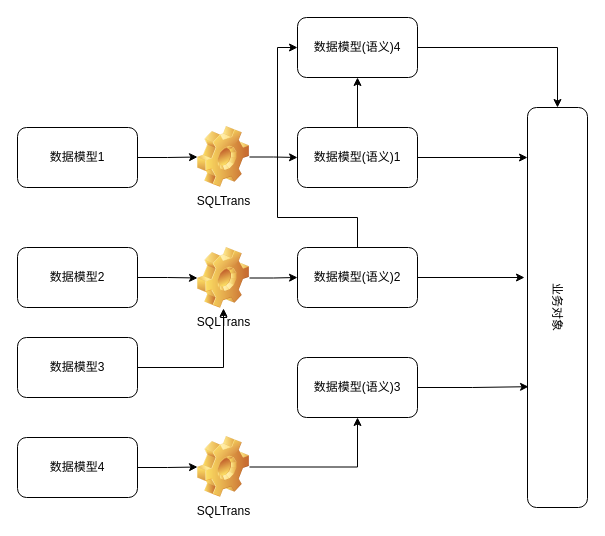
Before: others/未命名绘图.drawio in lupingqiu/doc, a draw.io diagram. Source tidied: cells renumbered, new cells numbered last; positions are measured from the earlier drawing's top-left corner, leaving out a move shared by most shapes. Both pictures are drawn from the tidied source at 100%, with x=0, y=0 at pixel (17, 17).
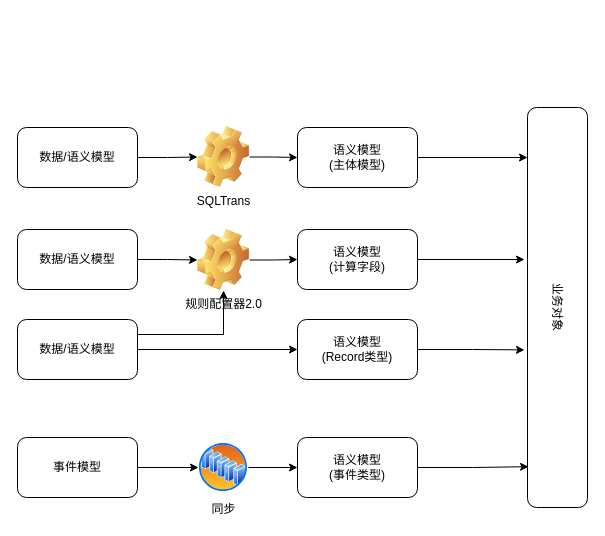
After the change.

Unchanged cells that the change refers to:
```xml
<mxCell id="20" value="业务对象" style="rounded=1;whiteSpace=wrap;html=1;rotation=90;" parent="1" vertex="1">
  <mxGeometry x="340" y="260" width="400" height="60" as="geometry" />
</mxCell>
```

The edit, as a diff of the source:
```diff
@@
-    <mxCell id="3" value="数据模型2" style="rounded=1;whiteSpace=wrap;html=1;" parent="1" vertex="1">
-      <mxGeometry y="230" width="120" height="60" as="geometry" />
+    <mxCell id="3" value="数据/语义模型" style="rounded=1;whiteSpace=wrap;html=1;" parent="1" vertex="1">
+      <mxGeometry y="212" width="120" height="60" as="geometry" />
     </mxCell>
-    <mxCell id="4" style="edgeStyle=orthogonalEdgeStyle;rounded=0;jettySize=auto;html=1;" parent="1" edge="1" source="5" target="9">
+    <mxCell id="4" style="edgeStyle=orthogonalEdgeStyle;rounded=0;jettySize=auto;html=1;exitX=1;exitY=0.25;exitDx=0;exitDy=0;" parent="1" edge="1" source="5" target="9">
       <mxGeometry relative="1" as="geometry" />
     </mxCell>
+    <mxCell id="27" style="edgeStyle=orthogonalEdgeStyle;rounded=0;orthogonalLoop=1;jettySize=auto;html=1;exitX=1;exitY=0.75;exitDx=0;exitDy=0;entryX=0;entryY=0.75;entryDx=0;entryDy=0;" parent="1" edge="1">
+      <mxGeometry relative="1" as="geometry">
+        <mxPoint x="120" y="332" as="sourcePoint" />
+        <mxPoint x="280" y="332" as="targetPoint" />
+      </mxGeometry>
+    </mxCell>
-    <mxCell id="5" value="数据模型3" style="rounded=1;whiteSpace=wrap;html=1;" parent="1" vertex="1">
-      <mxGeometry y="320" width="120" height="60" as="geometry" />
+    <mxCell id="5" value="数据/语义模型" style="rounded=1;whiteSpace=wrap;html=1;" parent="1" vertex="1">
+      <mxGeometry y="302" width="120" height="60" as="geometry" />
     </mxCell>
@@
-    <mxCell id="7" value="数据模型1" style="rounded=1;whiteSpace=wrap;html=1;" parent="1" vertex="1">
+    <mxCell id="7" value="数据/语义模型" style="rounded=1;whiteSpace=wrap;html=1;" parent="1" vertex="1">
       <mxGeometry y="110" width="120" height="60" as="geometry" />
     </mxCell>
@@
-    <mxCell id="9" value="SQLTrans" style="shape=image;html=1;verticalLabelPosition=bottom;verticalAlign=top;imageAspect=1;image=img/clipart/Gear_128x128.png;" parent="1" vertex="1">
-      <mxGeometry x="180" y="230" width="52" height="61" as="geometry" />
+    <mxCell id="9" value="规则配置器2.0" style="shape=image;html=1;verticalLabelPosition=bottom;verticalAlign=top;imageAspect=1;image=img/clipart/Gear_128x128.png;" parent="1" vertex="1">
+      <mxGeometry x="180" y="212" width="52" height="61" as="geometry" />
     </mxCell>
-    <mxCell id="10" style="edgeStyle=orthogonalEdgeStyle;rounded=0;jettySize=auto;html=1;exitX=1;exitY=0.5;exitDx=0;exitDy=0;entryX=0.425;entryY=1.05;entryDx=0;entryDy=0;entryPerimeter=0;" parent="1" edge="1" source="12" target="20">
-      <mxGeometry relative="1" as="geometry" />
+    <mxCell id="10" style="edgeStyle=orthogonalEdgeStyle;rounded=0;jettySize=auto;html=1;exitX=1;exitY=0.5;exitDx=0;exitDy=0;entryX=0.425;entryY=1.05;entryDx=0;entryDy=0;entryPerimeter=0;" parent="1" edge="1" source="12">
+      <mxGeometry relative="1" as="geometry">
+        <mxPoint x="507" y="242" as="targetPoint" />
+      </mxGeometry>
     </mxCell>
-    <mxCell id="11" style="edgeStyle=orthogonalEdgeStyle;rounded=0;jettySize=auto;html=1;exitX=0.5;exitY=0;exitDx=0;exitDy=0;entryX=0;entryY=0.5;entryDx=0;entryDy=0;" parent="1" edge="1" source="12" target="26">
-      <mxGeometry relative="1" as="geometry">
-        <Array as="points">
-          <mxPoint x="340" y="200" />
-          <mxPoint x="260" y="200" />
-          <mxPoint x="260" y="30" />
-        </Array>
-      </mxGeometry>
-    </mxCell>
-    <mxCell id="12" value="数据模型(语义)2" style="rounded=1;whiteSpace=wrap;html=1;" parent="1" vertex="1">
-      <mxGeometry x="280" y="230" width="120" height="60" as="geometry" />
+    <mxCell id="12" value="语义模型&lt;br&gt;(计算字段)" style="rounded=1;whiteSpace=wrap;html=1;" parent="1" vertex="1">
+      <mxGeometry x="280" y="212" width="120" height="60" as="geometry" />
     </mxCell>
@@
-    <mxCell id="14" style="edgeStyle=orthogonalEdgeStyle;rounded=0;jettySize=auto;html=1;exitX=0.5;exitY=0;exitDx=0;exitDy=0;entryX=0.5;entryY=1;entryDx=0;entryDy=0;" parent="1" edge="1" source="15" target="26">
-      <mxGeometry relative="1" as="geometry" />
-    </mxCell>
-    <mxCell id="15" value="数据模型(语义)1" style="rounded=1;whiteSpace=wrap;html=1;" parent="1" vertex="1">
+    <mxCell id="15" value="语义模型&lt;br&gt;(主体模型)" style="rounded=1;whiteSpace=wrap;html=1;" parent="1" vertex="1">
       <mxGeometry x="280" y="110" width="120" height="60" as="geometry" />
     </mxCell>
@@
-    <mxCell id="18" style="edgeStyle=orthogonalEdgeStyle;rounded=0;jettySize=auto;html=1;exitX=1;exitY=0.5;exitDx=0;exitDy=0;entryX=0.698;entryY=0.983;entryDx=0;entryDy=0;entryPerimeter=0;" parent="1" edge="1" source="19" target="20">
+    <mxCell id="18" style="edgeStyle=orthogonalEdgeStyle;rounded=0;jettySize=auto;html=1;exitX=1;exitY=0.5;exitDx=0;exitDy=0;entryX=0.898;entryY=0.983;entryDx=0;entryDy=0;entryPerimeter=0;" parent="1" edge="1" source="19" target="20">
       <mxGeometry relative="1" as="geometry" />
     </mxCell>
-    <mxCell id="19" value="数据模型(语义)3" style="rounded=1;whiteSpace=wrap;html=1;" parent="1" vertex="1">
-      <mxGeometry x="280" y="340" width="120" height="60" as="geometry" />
+    <mxCell id="19" value="语义模型&lt;br&gt;(事件类型)" style="rounded=1;whiteSpace=wrap;html=1;" parent="1" vertex="1">
+      <mxGeometry x="280" y="420" width="120" height="60" as="geometry" />
     </mxCell>
@@
-    <mxCell id="21" style="edgeStyle=orthogonalEdgeStyle;rounded=0;jettySize=auto;html=1;exitX=1;exitY=0.5;exitDx=0;exitDy=0;entryX=0;entryY=0.5;entryDx=0;entryDy=0;" parent="1" edge="1" source="22" target="24">
-      <mxGeometry relative="1" as="geometry" />
-    </mxCell>
+    <mxCell id="28" style="edgeStyle=orthogonalEdgeStyle;rounded=0;jettySize=auto;html=1;exitX=1;exitY=0.5;exitDx=0;exitDy=0;entryX=0;entryY=0.5;entryDx=0;entryDy=0;" parent="1" edge="1" source="22" target="30">
+      <mxGeometry relative="1" as="geometry" />
+    </mxCell>
-    <mxCell id="22" value="数据模型4" style="rounded=1;whiteSpace=wrap;html=1;" parent="1" vertex="1">
+    <mxCell id="22" value="事件模型" style="rounded=1;whiteSpace=wrap;html=1;" parent="1" vertex="1">
       <mxGeometry y="420" width="120" height="60" as="geometry" />
     </mxCell>
-    <mxCell id="23" style="edgeStyle=orthogonalEdgeStyle;rounded=0;jettySize=auto;html=1;exitX=1;exitY=0.5;exitDx=0;exitDy=0;entryX=0.5;entryY=1;entryDx=0;entryDy=0;" parent="1" edge="1" source="24" target="19">
-      <mxGeometry relative="1" as="geometry" />
-    </mxCell>
-    <mxCell id="24" value="SQLTrans" style="shape=image;html=1;verticalLabelPosition=bottom;verticalAlign=top;imageAspect=1;image=img/clipart/Gear_128x128.png;" parent="1" vertex="1">
-      <mxGeometry x="180" y="419" width="52" height="61" as="geometry" />
-    </mxCell>
-    <mxCell id="25" style="edgeStyle=orthogonalEdgeStyle;rounded=0;jettySize=auto;html=1;exitX=1;exitY=0.5;exitDx=0;exitDy=0;entryX=0;entryY=0.5;entryDx=0;entryDy=0;" parent="1" edge="1" source="26" target="20">
-      <mxGeometry relative="1" as="geometry" />
-    </mxCell>
-    <mxCell id="26" value="数据模型(语义)4" style="rounded=1;whiteSpace=wrap;html=1;" parent="1" vertex="1">
-      <mxGeometry x="280" width="120" height="60" as="geometry" />
-    </mxCell>
+    <mxCell id="29" style="edgeStyle=orthogonalEdgeStyle;rounded=0;jettySize=auto;html=1;exitX=1;exitY=0.5;exitDx=0;exitDy=0;entryX=0;entryY=0.5;entryDx=0;entryDy=0;" parent="1" edge="1" source="30" target="19">
+      <mxGeometry relative="1" as="geometry" />
+    </mxCell>
+    <mxCell id="30" value="同步" style="perimeter=ellipsePerimeter;html=1;align=center;shadow=0;dashed=0;spacingTop=3;image;image=img/lib/active_directory/server_farm.svg;" parent="1" vertex="1">
+      <mxGeometry x="181" y="425" width="50" height="50" as="geometry" />
+    </mxCell>
+    <mxCell id="31" style="edgeStyle=orthogonalEdgeStyle;rounded=0;jettySize=auto;html=1;exitX=1;exitY=0.5;exitDx=0;exitDy=0;entryX=0.606;entryY=1.05;entryDx=0;entryDy=0;entryPerimeter=0;" parent="1" edge="1" source="32" target="20">
+      <mxGeometry relative="1" as="geometry" />
+    </mxCell>
+    <mxCell id="32" value="语义模型&lt;br&gt;(Record类型)" style="rounded=1;whiteSpace=wrap;html=1;" parent="1" vertex="1">
+      <mxGeometry x="280" y="302" width="120" height="60" as="geometry" />
+    </mxCell>
```
